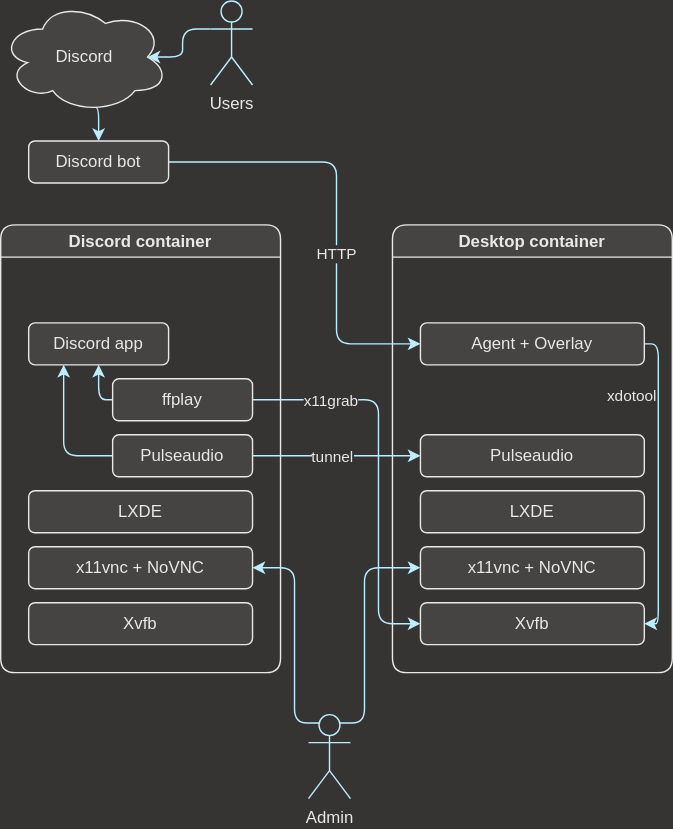
Before: setup.drawio.svg, a diagram exported from draw.io (dtinth/discord-plays-linux). Source tidied: cells renumbered, new cells last; positions are measured from the earlier drawing's top-left corner, leaving out a move shared by most shapes.
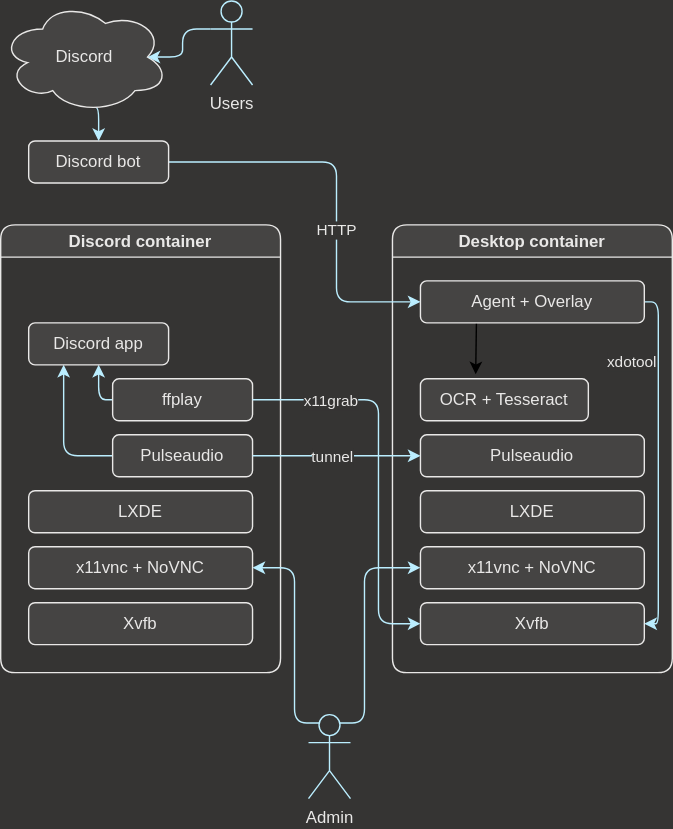
After the change.

Commit message:
Update diagram to include OCR

What changed in the source:
```diff
@@ -47,7 +47,7 @@
     <mxCell id="16" style="edgeStyle=orthogonalEdgeStyle;jettySize=auto;html=1;exitX=1;exitY=0.5;exitDx=0;exitDy=0;entryX=1;entryY=0.5;entryDx=0;entryDy=0;fontColor=#e9e8e7;strokeColor=#bef;" parent="11" edge="1" source="18" target="12">
       <mxGeometry relative="1" as="geometry">
         <Array as="points">
-          <mxPoint x="190" y="85" />
+          <mxPoint x="190" y="55" />
           <mxPoint x="190" y="285" />
         </Array>
       </mxGeometry>
@@ -57,9 +57,15 @@
         <mxPoint x="-18" as="offset" />
       </mxGeometry>
     </mxCell>
+    <mxCell id="33" style="edgeStyle=orthogonalEdgeStyle;rounded=0;jettySize=auto;html=1;exitX=0.25;exitY=1;exitDx=0;exitDy=0;entryX=0.329;entryY=-0.108;entryDx=0;entryDy=0;entryPerimeter=0;" parent="11" edge="1" source="18" target="34">
+      <mxGeometry relative="1" as="geometry" />
+    </mxCell>
     <mxCell id="18" value="Agent + Overlay" style="whiteSpace=wrap;html=1;rounded=1;strokeColor=#e9e8e7;fillColor=#454443;fontColor=#e9e8e7;" parent="11" vertex="1">
-      <mxGeometry x="20" y="70" width="160" height="30" as="geometry" />
+      <mxGeometry x="20" y="40" width="160" height="30" as="geometry" />
     </mxCell>
+    <mxCell id="34" value="OCR + Tesseract" style="whiteSpace=wrap;html=1;rounded=1;strokeColor=#e9e8e7;fillColor=#454443;fontColor=#e9e8e7;" parent="11" vertex="1">
+      <mxGeometry x="20" y="110" width="120" height="30" as="geometry" />
+    </mxCell>
     <mxCell id="19" style="edgeStyle=orthogonalEdgeStyle;jettySize=auto;html=1;exitX=1;exitY=0.5;exitDx=0;exitDy=0;entryX=0;entryY=0.5;entryDx=0;entryDy=0;fontColor=#e9e8e7;strokeColor=#bef;" parent="1" edge="1" source="7" target="15">
       <mxGeometry relative="1" as="geometry" />
     </mxCell>
@@ -104,7 +110,7 @@
       <mxGeometry relative="1" as="geometry">
         <Array as="points">
           <mxPoint x="240" y="115" />
-          <mxPoint x="240" y="245" />
+          <mxPoint x="240" y="215" />
         </Array>
       </mxGeometry>
     </mxCell>
```
